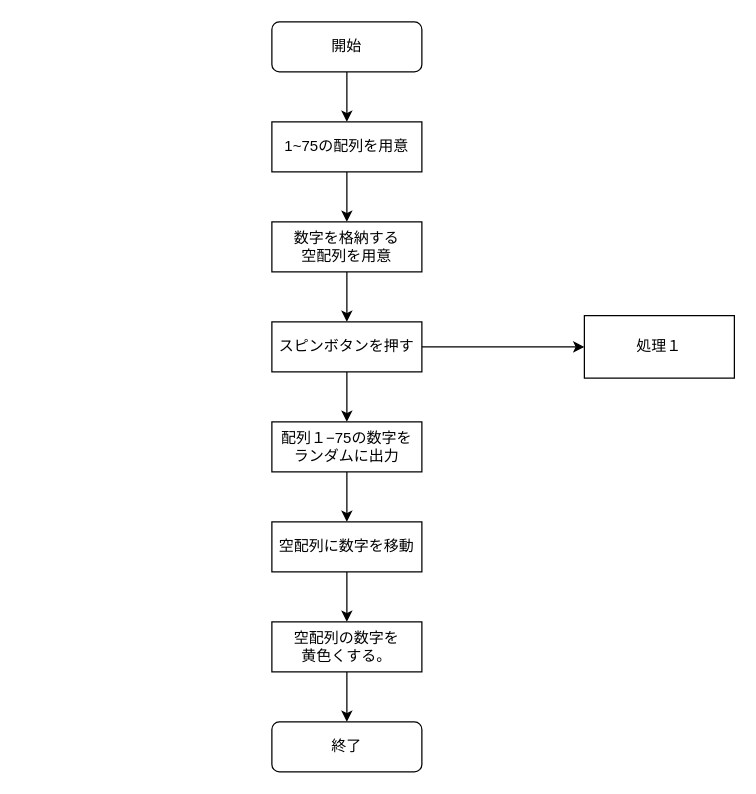
Above: gw-js.drawio in froide-kk/2022_training_GW (draw.io), before the change. Source tidied: cells renumbered, new cells numbered last; positions are measured from the earlier drawing's top-left corner, leaving out a move shared by most shapes. Both pictures are drawn from the tidied source at 125%, with x=0, y=0 at pixel (271, 21).
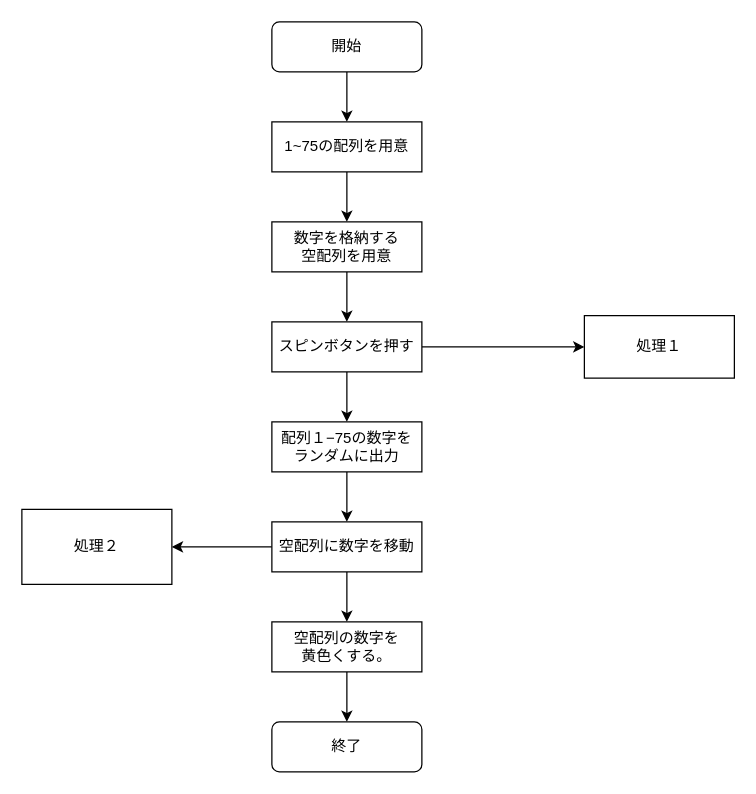
The same page after the edit.

The change refers to these unchanged cells:
```xml
<mxCell id="15" value="空配列に数字を移動" style="whiteSpace=wrap;html=1;rounded=0;" parent="1" vertex="1">
  <mxGeometry y="400" width="120" height="40" as="geometry" />
</mxCell>
```

What changed in the source:
```diff
@@
+    <mxCell id="19" style="edgeStyle=none;html=1;" parent="1" edge="1" source="15" target="20">
+      <mxGeometry relative="1" as="geometry" />
+    </mxCell>
@@
+    <mxCell id="20" value="処理２" style="whiteSpace=wrap;html=1;rounded=0;" parent="1" vertex="1">
+      <mxGeometry x="-200" y="390" width="120" height="60" as="geometry" />
+    </mxCell>
```
